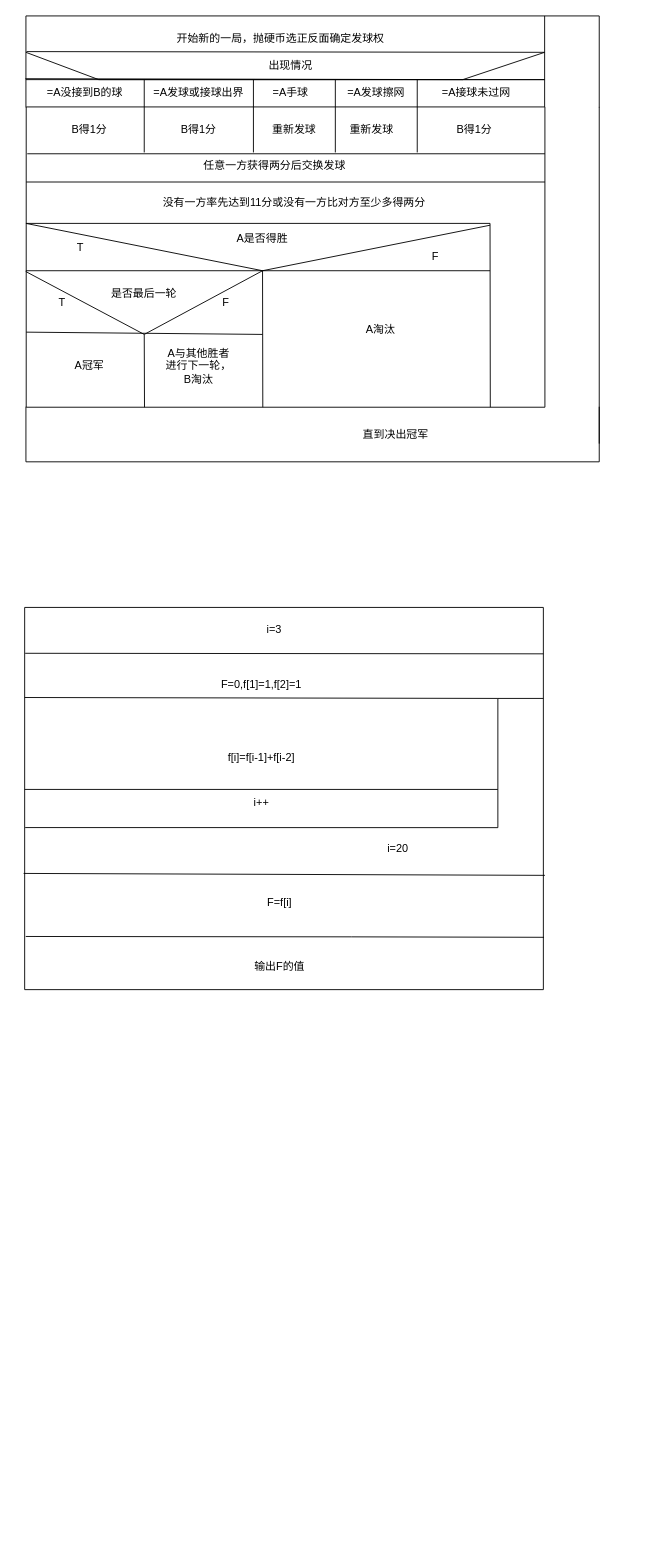
huapigudemilu/engineeringsoftware keeps this draw.io diagram as 控制流图（翻译第四课）.drawio. Above is the earlier version. Source tidied: cells renumbered, new cells numbered last; positions are measured from the earlier drawing's top-left corner, leaving out a move shared by most shapes. Both pictures are drawn from the tidied source at 91%, with x=0, y=0 at pixel (25, 15).
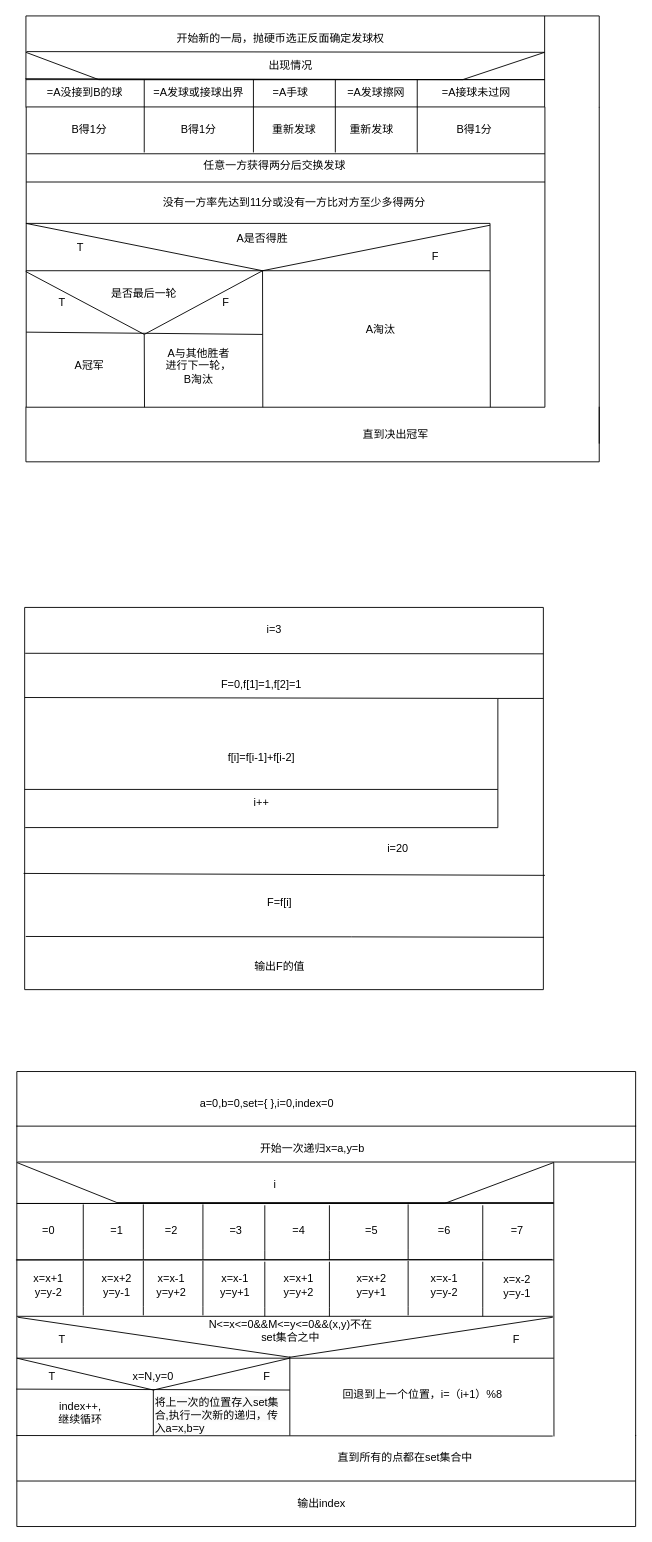
Above is the later version.

Commit message:
更新控制流图（翻译第四课）.drawio

Diff of the diagram source:
```diff
@@
+    <mxCell id="63" style="shape=partialRectangle;whiteSpace=wrap;html=1;bottom=1;right=1;left=1;top=0;fillColor=none;routingCenterX=-0.5;rotation=-180;" parent="1" vertex="1">
+      <mxGeometry x="-9" y="1160" width="680" height="60" as="geometry" />
+    </mxCell>
@@
+    <mxCell id="64" style="shape=partialRectangle;whiteSpace=wrap;html=1;bottom=0;right=1;left=1;top=0;fillColor=none;routingCenterX=-0.5;" parent="1" vertex="1">
+      <mxGeometry x="-9" y="1220" width="680" height="340" as="geometry" />
+    </mxCell>
+    <mxCell id="65" style="endArrow=none;html=1;rounded=0;exitX=0;exitY=0;exitDx=0;exitDy=0;entryX=1;entryY=0;entryDx=0;entryDy=0;" parent="1" edge="1" source="64" target="64">
+      <mxGeometry relative="1" as="geometry" />
+    </mxCell>
+    <mxCell id="66" style="endArrow=none;html=1;rounded=0;exitX=0.001;exitY=0.116;exitDx=0;exitDy=0;exitPerimeter=0;entryX=0.999;entryY=0.116;entryDx=0;entryDy=0;entryPerimeter=0;" parent="1" edge="1" source="64" target="64">
+      <mxGeometry relative="1" as="geometry" />
+    </mxCell>
+    <mxCell id="67" value="a=0,b=0,set={ },i=0,index=0" style="text;html=1;strokeColor=none;fillColor=none;align=center;verticalAlign=middle;whiteSpace=wrap;rounded=0;" parent="1" vertex="1">
+      <mxGeometry x="191" y="1180" width="150" height="30" as="geometry" />
+    </mxCell>
+    <mxCell id="68" style="endArrow=none;html=1;rounded=0;exitX=0;exitY=0.25;exitDx=0;exitDy=0;" parent="1" edge="1" source="64">
+      <mxGeometry relative="1" as="geometry">
+        <mxPoint x="581" y="1305" as="targetPoint" />
+      </mxGeometry>
+    </mxCell>
+    <mxCell id="69" style="endArrow=none;html=1;rounded=0;" parent="1" edge="1">
+      <mxGeometry relative="1" as="geometry">
+        <mxPoint x="-9" y="1260" as="sourcePoint" />
+        <mxPoint x="581" y="1304" as="targetPoint" />
+        <Array as="points">
+          <mxPoint x="101" y="1304" />
+        </Array>
+      </mxGeometry>
+    </mxCell>
+    <mxCell id="70" style="endArrow=none;html=1;rounded=0;exitX=0;exitY=0.25;exitDx=0;exitDy=0;" parent="1" edge="1" source="64">
+      <mxGeometry relative="1" as="geometry">
+        <mxPoint x="581" y="1260" as="targetPoint" />
+        <Array as="points">
+          <mxPoint x="461" y="1305" />
+        </Array>
+      </mxGeometry>
+    </mxCell>
+    <mxCell id="71" value="i" style="text;html=1;strokeColor=none;fillColor=none;align=center;verticalAlign=middle;whiteSpace=wrap;rounded=0;" parent="1" vertex="1">
+      <mxGeometry x="245" y="1270" width="60" height="30" as="geometry" />
+    </mxCell>
+    <mxCell id="72" style="endArrow=none;html=1;rounded=0;entryX=0.999;entryY=0.431;entryDx=0;entryDy=0;entryPerimeter=0;" parent="1" edge="1">
+      <mxGeometry relative="1" as="geometry">
+        <mxPoint x="-10" y="1367" as="sourcePoint" />
+        <mxPoint x="579.4" y="1366.5" as="targetPoint" />
+      </mxGeometry>
+    </mxCell>
+    <mxCell id="73" style="endArrow=none;html=1;rounded=0;" parent="1" edge="1">
+      <mxGeometry relative="1" as="geometry">
+        <mxPoint x="64" y="1366" as="sourcePoint" />
+        <mxPoint x="64" y="1306" as="targetPoint" />
+        <Array as="points">
+          <mxPoint x="64" y="1356" />
+        </Array>
+      </mxGeometry>
+    </mxCell>
+    <mxCell id="74" style="endArrow=none;html=1;rounded=0;" parent="1" edge="1">
+      <mxGeometry relative="1" as="geometry">
+        <mxPoint x="195.5" y="1366" as="sourcePoint" />
+        <mxPoint x="195.5" y="1306" as="targetPoint" />
+        <Array as="points">
+          <mxPoint x="195.5" y="1356" />
+        </Array>
+      </mxGeometry>
+    </mxCell>
+    <mxCell id="75" style="endArrow=none;html=1;rounded=0;" parent="1" edge="1">
+      <mxGeometry relative="1" as="geometry">
+        <mxPoint x="334.5" y="1367" as="sourcePoint" />
+        <mxPoint x="334.5" y="1307" as="targetPoint" />
+        <Array as="points">
+          <mxPoint x="334.5" y="1357" />
+        </Array>
+      </mxGeometry>
+    </mxCell>
+    <mxCell id="76" style="endArrow=none;html=1;rounded=0;" parent="1" edge="1">
+      <mxGeometry relative="1" as="geometry">
+        <mxPoint x="421" y="1366" as="sourcePoint" />
+        <mxPoint x="421" y="1306" as="targetPoint" />
+        <Array as="points">
+          <mxPoint x="421" y="1356" />
+        </Array>
+      </mxGeometry>
+    </mxCell>
+    <mxCell id="77" style="endArrow=none;html=1;rounded=0;" parent="1" edge="1">
+      <mxGeometry relative="1" as="geometry">
+        <mxPoint x="503" y="1367" as="sourcePoint" />
+        <mxPoint x="503" y="1307" as="targetPoint" />
+        <Array as="points">
+          <mxPoint x="503" y="1357" />
+        </Array>
+      </mxGeometry>
+    </mxCell>
+    <mxCell id="78" style="endArrow=none;html=1;rounded=0;" parent="1" edge="1">
+      <mxGeometry relative="1" as="geometry">
+        <mxPoint x="130" y="1366" as="sourcePoint" />
+        <mxPoint x="130" y="1306" as="targetPoint" />
+        <Array as="points">
+          <mxPoint x="130" y="1356" />
+        </Array>
+      </mxGeometry>
+    </mxCell>
+    <mxCell id="79" style="endArrow=none;html=1;rounded=0;" parent="1" edge="1">
+      <mxGeometry relative="1" as="geometry">
+        <mxPoint x="263.5" y="1367" as="sourcePoint" />
+        <mxPoint x="263.5" y="1307" as="targetPoint" />
+        <Array as="points">
+          <mxPoint x="263.5" y="1357" />
+        </Array>
+      </mxGeometry>
+    </mxCell>
+    <mxCell id="80" style="endArrow=none;html=1;rounded=0;exitX=0;exitY=0.25;exitDx=0;exitDy=0;entryX=1;entryY=0.25;entryDx=0;entryDy=0;" parent="1" edge="1">
+      <mxGeometry relative="1" as="geometry">
+        <mxPoint x="-9" y="1367" as="sourcePoint" />
+        <mxPoint x="581" y="1367" as="targetPoint" />
+      </mxGeometry>
+    </mxCell>
+    <mxCell id="81" style="endArrow=none;html=1;rounded=0;entryX=0.999;entryY=0.431;entryDx=0;entryDy=0;entryPerimeter=0;" parent="1" edge="1">
+      <mxGeometry relative="1" as="geometry">
+        <mxPoint x="-9" y="1429" as="sourcePoint" />
+        <mxPoint x="580" y="1429" as="targetPoint" />
+      </mxGeometry>
+    </mxCell>
+    <mxCell id="82" style="endArrow=none;html=1;rounded=0;" parent="1" edge="1">
+      <mxGeometry relative="1" as="geometry">
+        <mxPoint x="64" y="1428" as="sourcePoint" />
+        <mxPoint x="64" y="1368" as="targetPoint" />
+        <Array as="points">
+          <mxPoint x="64" y="1418" />
+        </Array>
+      </mxGeometry>
+    </mxCell>
+    <mxCell id="83" style="endArrow=none;html=1;rounded=0;" parent="1" edge="1">
+      <mxGeometry relative="1" as="geometry">
+        <mxPoint x="195.5" y="1428" as="sourcePoint" />
+        <mxPoint x="195.5" y="1368" as="targetPoint" />
+        <Array as="points">
+          <mxPoint x="195.5" y="1418" />
+        </Array>
+      </mxGeometry>
+    </mxCell>
+    <mxCell id="84" style="endArrow=none;html=1;rounded=0;" parent="1" edge="1">
+      <mxGeometry relative="1" as="geometry">
+        <mxPoint x="334.5" y="1429" as="sourcePoint" />
+        <mxPoint x="334.5" y="1369" as="targetPoint" />
+        <Array as="points">
+          <mxPoint x="334.5" y="1419" />
+        </Array>
+      </mxGeometry>
+    </mxCell>
+    <mxCell id="85" style="endArrow=none;html=1;rounded=0;" parent="1" edge="1">
+      <mxGeometry relative="1" as="geometry">
+        <mxPoint x="421" y="1428" as="sourcePoint" />
+        <mxPoint x="421" y="1368" as="targetPoint" />
+        <Array as="points">
+          <mxPoint x="421" y="1418" />
+        </Array>
+      </mxGeometry>
+    </mxCell>
+    <mxCell id="86" style="endArrow=none;html=1;rounded=0;" parent="1" edge="1">
+      <mxGeometry relative="1" as="geometry">
+        <mxPoint x="503" y="1429" as="sourcePoint" />
+        <mxPoint x="503" y="1369" as="targetPoint" />
+        <Array as="points">
+          <mxPoint x="503" y="1419" />
+        </Array>
+      </mxGeometry>
+    </mxCell>
+    <mxCell id="87" style="endArrow=none;html=1;rounded=0;" parent="1" edge="1">
+      <mxGeometry relative="1" as="geometry">
+        <mxPoint x="130" y="1428" as="sourcePoint" />
+        <mxPoint x="130" y="1368" as="targetPoint" />
+        <Array as="points">
+          <mxPoint x="130" y="1418" />
+        </Array>
+      </mxGeometry>
+    </mxCell>
+    <mxCell id="88" style="endArrow=none;html=1;rounded=0;" parent="1" edge="1">
+      <mxGeometry relative="1" as="geometry">
+        <mxPoint x="263.5" y="1429" as="sourcePoint" />
+        <mxPoint x="263.5" y="1369" as="targetPoint" />
+        <Array as="points">
+          <mxPoint x="263.5" y="1419" />
+        </Array>
+      </mxGeometry>
+    </mxCell>
+    <mxCell id="89" value="=0" style="text;html=1;strokeColor=none;fillColor=none;align=center;verticalAlign=middle;whiteSpace=wrap;rounded=0;" parent="1" vertex="1">
+      <mxGeometry x="-4" y="1320" width="60" height="30" as="geometry" />
+    </mxCell>
+    <mxCell id="90" value="=1" style="text;html=1;strokeColor=none;fillColor=none;align=center;verticalAlign=middle;whiteSpace=wrap;rounded=0;" parent="1" vertex="1">
+      <mxGeometry x="71" y="1320" width="60" height="30" as="geometry" />
+    </mxCell>
+    <mxCell id="91" value="=2" style="text;html=1;strokeColor=none;fillColor=none;align=center;verticalAlign=middle;whiteSpace=wrap;rounded=0;" parent="1" vertex="1">
+      <mxGeometry x="131" y="1320" width="60" height="30" as="geometry" />
+    </mxCell>
+    <mxCell id="92" value="=3" style="text;html=1;strokeColor=none;fillColor=none;align=center;verticalAlign=middle;whiteSpace=wrap;rounded=0;" parent="1" vertex="1">
+      <mxGeometry x="201.5" y="1320" width="60" height="30" as="geometry" />
+    </mxCell>
+    <mxCell id="93" value="=4" style="text;html=1;strokeColor=none;fillColor=none;align=center;verticalAlign=middle;whiteSpace=wrap;rounded=0;" parent="1" vertex="1">
+      <mxGeometry x="271" y="1320" width="60" height="30" as="geometry" />
+    </mxCell>
+    <mxCell id="94" value="=5" style="text;html=1;strokeColor=none;fillColor=none;align=center;verticalAlign=middle;whiteSpace=wrap;rounded=0;" parent="1" vertex="1">
+      <mxGeometry x="351" y="1320" width="60" height="30" as="geometry" />
+    </mxCell>
+    <mxCell id="95" value="=6" style="text;html=1;strokeColor=none;fillColor=none;align=center;verticalAlign=middle;whiteSpace=wrap;rounded=0;" parent="1" vertex="1">
+      <mxGeometry x="431" y="1320" width="60" height="30" as="geometry" />
+    </mxCell>
+    <mxCell id="96" value="=7" style="text;html=1;strokeColor=none;fillColor=none;align=center;verticalAlign=middle;whiteSpace=wrap;rounded=0;" parent="1" vertex="1">
+      <mxGeometry x="511" y="1320" width="60" height="30" as="geometry" />
+    </mxCell>
+    <mxCell id="97" value="x=x+1&lt;br&gt;y=y-2" style="text;html=1;strokeColor=none;fillColor=none;align=center;verticalAlign=middle;whiteSpace=wrap;rounded=0;" parent="1" vertex="1">
+      <mxGeometry x="-4" y="1380" width="60" height="30" as="geometry" />
+    </mxCell>
+    <mxCell id="98" value="x=x+2&lt;br&gt;y=y-1" style="text;html=1;strokeColor=none;fillColor=none;align=center;verticalAlign=middle;whiteSpace=wrap;rounded=0;" parent="1" vertex="1">
+      <mxGeometry x="71" y="1380" width="60" height="30" as="geometry" />
+    </mxCell>
+    <mxCell id="99" value="x=x-1&lt;br&gt;y=y+2" style="text;html=1;strokeColor=none;fillColor=none;align=center;verticalAlign=middle;whiteSpace=wrap;rounded=0;" parent="1" vertex="1">
+      <mxGeometry x="131" y="1380" width="60" height="30" as="geometry" />
+    </mxCell>
+    <mxCell id="100" value="x=x-1&lt;br&gt;y=y+1" style="text;html=1;strokeColor=none;fillColor=none;align=center;verticalAlign=middle;whiteSpace=wrap;rounded=0;" parent="1" vertex="1">
+      <mxGeometry x="201" y="1380" width="60" height="30" as="geometry" />
+    </mxCell>
+    <mxCell id="101" value="x=x+1&lt;br&gt;y=y+2" style="text;html=1;strokeColor=none;fillColor=none;align=center;verticalAlign=middle;whiteSpace=wrap;rounded=0;" parent="1" vertex="1">
+      <mxGeometry x="271" y="1380" width="60" height="30" as="geometry" />
+    </mxCell>
+    <mxCell id="102" value="x=x+2&lt;br&gt;y=y+1" style="text;html=1;strokeColor=none;fillColor=none;align=center;verticalAlign=middle;whiteSpace=wrap;rounded=0;" parent="1" vertex="1">
+      <mxGeometry x="351" y="1380" width="60" height="30" as="geometry" />
+    </mxCell>
+    <mxCell id="103" value="x=x-1&lt;br&gt;y=y-2" style="text;html=1;strokeColor=none;fillColor=none;align=center;verticalAlign=middle;whiteSpace=wrap;rounded=0;" parent="1" vertex="1">
+      <mxGeometry x="431" y="1380" width="60" height="30" as="geometry" />
+    </mxCell>
+    <mxCell id="104" value="x=x-2&lt;br&gt;y=y-1" style="text;html=1;strokeColor=none;fillColor=none;align=center;verticalAlign=middle;whiteSpace=wrap;rounded=0;" parent="1" vertex="1">
+      <mxGeometry x="511.3" y="1381" width="60" height="30" as="geometry" />
+    </mxCell>
+    <mxCell id="105" style="endArrow=none;html=1;rounded=0;exitX=0;exitY=0.75;exitDx=0;exitDy=0;" parent="1" edge="1" source="64">
+      <mxGeometry relative="1" as="geometry">
+        <mxPoint x="581" y="1475" as="targetPoint" />
+      </mxGeometry>
+    </mxCell>
+    <mxCell id="106" style="endArrow=none;html=1;rounded=0;" parent="1" edge="1">
+      <mxGeometry relative="1" as="geometry">
+        <mxPoint x="-8" y="1430" as="sourcePoint" />
+        <mxPoint x="580" y="1430" as="targetPoint" />
+        <Array as="points">
+          <mxPoint x="291" y="1474" />
+        </Array>
+      </mxGeometry>
+    </mxCell>
+    <mxCell id="107" value="N&amp;lt;=x&amp;lt;=0&amp;amp;&amp;amp;M&amp;lt;=y&amp;lt;=0&amp;amp;&amp;amp;(x,y)不在set集合之中" style="text;html=1;strokeColor=none;fillColor=none;align=center;verticalAlign=middle;whiteSpace=wrap;rounded=0;" parent="1" vertex="1">
+      <mxGeometry x="196.5" y="1430" width="190" height="30" as="geometry" />
+    </mxCell>
+    <mxCell id="108" style="endArrow=none;html=1;rounded=0;" parent="1" edge="1">
+      <mxGeometry relative="1" as="geometry">
+        <mxPoint x="291" y="1560" as="sourcePoint" />
+        <mxPoint x="291" y="1473" as="targetPoint" />
+      </mxGeometry>
+    </mxCell>
+    <mxCell id="109" value="T" style="text;html=1;strokeColor=none;fillColor=none;align=center;verticalAlign=middle;whiteSpace=wrap;rounded=0;" parent="1" vertex="1">
+      <mxGeometry x="11" y="1440" width="60" height="30" as="geometry" />
+    </mxCell>
+    <mxCell id="110" value="F" style="text;html=1;strokeColor=none;fillColor=none;align=center;verticalAlign=middle;whiteSpace=wrap;rounded=0;" parent="1" vertex="1">
+      <mxGeometry x="509.6" y="1440" width="60" height="30" as="geometry" />
+    </mxCell>
+    <mxCell id="111" value="回退到上一个位置，i=（i+1）%8" style="text;html=1;strokeColor=none;fillColor=none;align=center;verticalAlign=middle;whiteSpace=wrap;rounded=0;" parent="1" vertex="1">
+      <mxGeometry x="321.5" y="1500" width="230" height="30" as="geometry" />
+    </mxCell>
+    <mxCell id="112" style="endArrow=none;html=1;rounded=0;exitX=0.868;exitY=1.003;exitDx=0;exitDy=0;exitPerimeter=0;" parent="1" edge="1" source="64">
+      <mxGeometry relative="1" as="geometry">
+        <mxPoint x="581" y="1260" as="targetPoint" />
+      </mxGeometry>
+    </mxCell>
+    <mxCell id="113" style="shape=partialRectangle;whiteSpace=wrap;html=1;bottom=1;right=1;left=1;top=0;fillColor=none;routingCenterX=-0.5;" parent="1" vertex="1">
+      <mxGeometry x="-9" y="1560" width="680" height="100" as="geometry" />
+    </mxCell>
+    <mxCell id="114" style="endArrow=none;html=1;rounded=0;exitX=0;exitY=0;exitDx=0;exitDy=0;entryX=0.866;entryY=0.006;entryDx=0;entryDy=0;entryPerimeter=0;" parent="1" edge="1" source="113" target="113">
+      <mxGeometry relative="1" as="geometry" />
+    </mxCell>
+    <mxCell id="115" style="endArrow=none;html=1;rounded=0;exitX=0;exitY=0.25;exitDx=0;exitDy=0;entryX=1;entryY=0.25;entryDx=0;entryDy=0;" parent="1" edge="1">
+      <mxGeometry relative="1" as="geometry">
+        <mxPoint x="-9" y="1610" as="sourcePoint" />
+        <mxPoint x="671" y="1610" as="targetPoint" />
+      </mxGeometry>
+    </mxCell>
+    <mxCell id="116" value="开始一次递归x=a,y=b" style="text;html=1;strokeColor=none;fillColor=none;align=center;verticalAlign=middle;whiteSpace=wrap;rounded=0;" parent="1" vertex="1">
+      <mxGeometry x="221" y="1230" width="190" height="30" as="geometry" />
+    </mxCell>
+    <mxCell id="117" style="endArrow=none;html=1;rounded=0;exitX=-0.001;exitY=0.85;exitDx=0;exitDy=0;exitPerimeter=0;" parent="1" edge="1" source="64">
+      <mxGeometry relative="1" as="geometry">
+        <mxPoint x="291" y="1510" as="targetPoint" />
+      </mxGeometry>
+    </mxCell>
+    <mxCell id="118" style="endArrow=none;html=1;rounded=0;entryX=0;entryY=0.75;entryDx=0;entryDy=0;" parent="1" edge="1" target="64">
+      <mxGeometry relative="1" as="geometry">
+        <mxPoint x="291" y="1475" as="sourcePoint" />
+        <Array as="points">
+          <mxPoint x="141" y="1510" />
+        </Array>
+      </mxGeometry>
+    </mxCell>
+    <mxCell id="119" style="endArrow=none;html=1;rounded=0;" parent="1" edge="1">
+      <mxGeometry relative="1" as="geometry">
+        <mxPoint x="141" y="1560" as="sourcePoint" />
+        <mxPoint x="141" y="1510" as="targetPoint" />
+      </mxGeometry>
+    </mxCell>
+    <mxCell id="120" value="&lt;span style=&quot;color: rgb(0, 0, 0); font-family: Helvetica; font-size: 12px; font-style: normal; font-variant-ligatures: normal; font-variant-caps: normal; font-weight: 400; letter-spacing: normal; orphans: 2; text-align: center; text-indent: 0px; text-transform: none; widows: 2; word-spacing: 0px; -webkit-text-stroke-width: 0px; background-color: rgb(251, 251, 251); text-decoration-thickness: initial; text-decoration-style: initial; text-decoration-color: initial; float: none; display: inline !important;&quot;&gt;将上一次的位置存入set集合,&lt;/span&gt;&lt;span style=&quot;color: rgb(0, 0, 0); font-family: Helvetica; font-size: 12px; font-style: normal; font-variant-ligatures: normal; font-variant-caps: normal; font-weight: 400; letter-spacing: normal; orphans: 2; text-align: center; text-indent: 0px; text-transform: none; widows: 2; word-spacing: 0px; -webkit-text-stroke-width: 0px; background-color: rgb(251, 251, 251); text-decoration-thickness: initial; text-decoration-style: initial; text-decoration-color: initial; float: none; display: inline !important;&quot;&gt;执行一次新的递归，传入a=x,b=y&lt;/span&gt;" style="text;whiteSpace=wrap;html=1;" parent="1" vertex="1">
+      <mxGeometry x="141" y="1510" width="140" height="50" as="geometry" />
+    </mxCell>
+    <mxCell id="121" value="x=N,y=0" style="text;html=1;strokeColor=none;fillColor=none;align=center;verticalAlign=middle;whiteSpace=wrap;rounded=0;" parent="1" vertex="1">
+      <mxGeometry x="111" y="1480" width="60" height="30" as="geometry" />
+    </mxCell>
+    <mxCell id="122" value="T" style="text;html=1;strokeColor=none;fillColor=none;align=center;verticalAlign=middle;whiteSpace=wrap;rounded=0;" parent="1" vertex="1">
+      <mxGeometry x="-0.4" y="1480" width="60" height="30" as="geometry" />
+    </mxCell>
+    <mxCell id="123" value="F" style="text;html=1;strokeColor=none;fillColor=none;align=center;verticalAlign=middle;whiteSpace=wrap;rounded=0;" parent="1" vertex="1">
+      <mxGeometry x="236" y="1480" width="60" height="30" as="geometry" />
+    </mxCell>
+    <mxCell id="124" value="index++,&lt;br&gt;继续循环" style="text;html=1;strokeColor=none;fillColor=none;align=center;verticalAlign=middle;whiteSpace=wrap;rounded=0;" parent="1" vertex="1">
+      <mxGeometry x="31" y="1520" width="60" height="30" as="geometry" />
+    </mxCell>
+    <mxCell id="125" value="直到所有的点都在set集合中" style="text;html=1;strokeColor=none;fillColor=none;align=center;verticalAlign=middle;whiteSpace=wrap;rounded=0;" parent="1" vertex="1">
+      <mxGeometry x="296" y="1570" width="244" height="30" as="geometry" />
+    </mxCell>
+    <mxCell id="126" value="输出index" style="text;html=1;strokeColor=none;fillColor=none;align=center;verticalAlign=middle;whiteSpace=wrap;rounded=0;" parent="1" vertex="1">
+      <mxGeometry x="296" y="1620" width="60" height="30" as="geometry" />
+    </mxCell>
```
